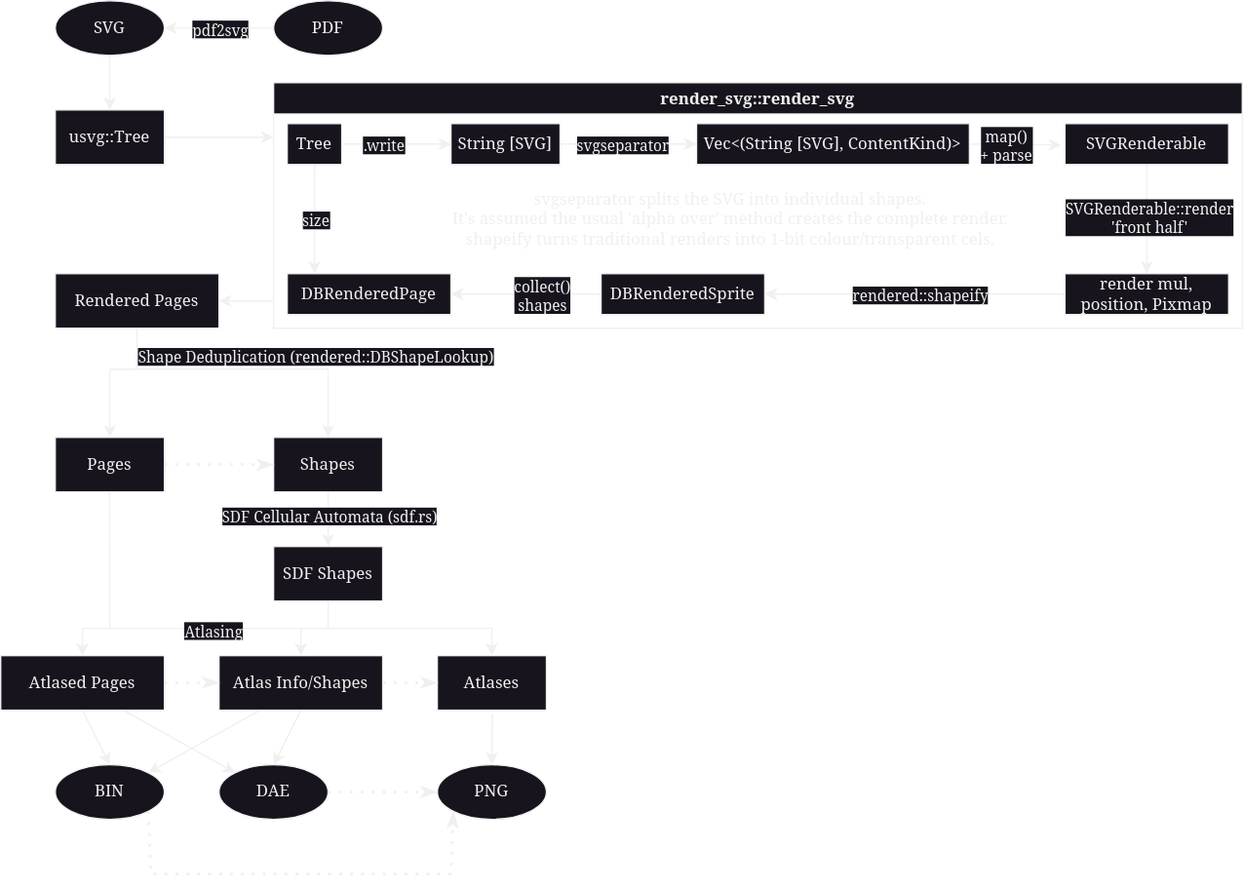
Above: kvbook/flow.drawio.svg in 20kdc/vrc-stuff (draw.io), before the change. Source tidied: cells renumbered, new cells last; positions are measured from the earlier drawing's top-left corner, leaving out a move shared by most shapes.
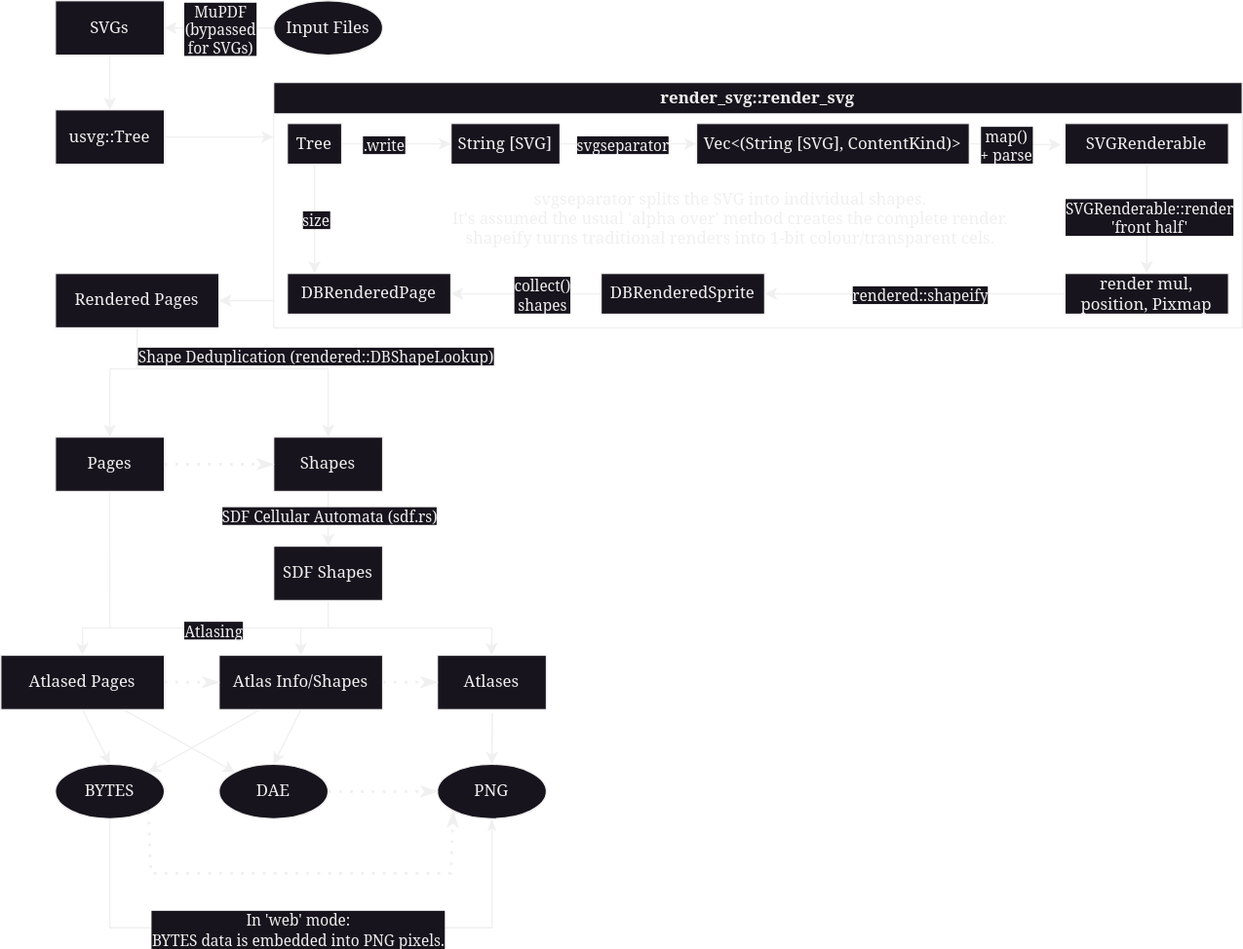
The same diagram one commit later.

What changed in the source:
```diff
@@ -204,7 +204,7 @@
     <mxCell id="53" value="PNG" style="ellipse;whiteSpace=wrap;html=1;fontFamily=Noto Serif;" parent="1" vertex="1">
       <mxGeometry x="320" y="560" width="80" height="40" as="geometry" />
     </mxCell>
-    <mxCell id="54" value="BIN" style="ellipse;whiteSpace=wrap;html=1;fontFamily=Noto Serif;" parent="1" vertex="1">
+    <mxCell id="54" value="BYTES" style="ellipse;whiteSpace=wrap;html=1;fontFamily=Noto Serif;" parent="1" vertex="1">
       <mxGeometry x="40" y="560" width="80" height="40" as="geometry" />
     </mxCell>
     <mxCell id="55" value="DAE" style="ellipse;whiteSpace=wrap;html=1;fontFamily=Noto Serif;" parent="1" vertex="1">
@@ -233,19 +233,16 @@
         </Array>
       </mxGeometry>
     </mxCell>
-    <mxCell id="62" value="SVG" style="ellipse;whiteSpace=wrap;html=1;fontFamily=Noto Serif;" parent="1" vertex="1">
-      <mxGeometry x="40" width="80" height="40" as="geometry" />
-    </mxCell>
-    <mxCell id="63" style="endArrow=classic;html=1;rounded=0;exitX=0.5;exitY=1;exitDx=0;exitDy=0;entryX=0.5;entryY=0;entryDx=0;entryDy=0;fontFamily=Noto Serif;" parent="1" edge="1" source="62" target="3">
+    <mxCell id="63" style="endArrow=classic;html=1;rounded=0;exitX=0.5;exitY=1;exitDx=0;exitDy=0;entryX=0.5;entryY=0;entryDx=0;entryDy=0;fontFamily=Noto Serif;" parent="1" edge="1" source="68" target="3">
       <mxGeometry relative="1" as="geometry" />
     </mxCell>
-    <mxCell id="64" value="PDF" style="ellipse;whiteSpace=wrap;html=1;fontFamily=Noto Serif;" parent="1" vertex="1">
+    <mxCell id="64" value="Input Files" style="ellipse;whiteSpace=wrap;html=1;fontFamily=Noto Serif;" parent="1" vertex="1">
       <mxGeometry x="200" width="80" height="40" as="geometry" />
     </mxCell>
-    <mxCell id="65" style="endArrow=classic;html=1;rounded=0;exitX=0;exitY=0.5;exitDx=0;exitDy=0;entryX=1;entryY=0.5;entryDx=0;entryDy=0;fontFamily=Noto Serif;" parent="1" edge="1" source="64" target="62">
+    <mxCell id="65" style="endArrow=classic;html=1;rounded=0;exitX=0;exitY=0.5;exitDx=0;exitDy=0;entryX=1;entryY=0.5;entryDx=0;entryDy=0;fontFamily=Noto Serif;" parent="1" edge="1" source="64" target="68">
       <mxGeometry relative="1" as="geometry" />
     </mxCell>
-    <mxCell id="66" value="pdf2svg" style="edgeLabel;html=1;align=center;verticalAlign=middle;fontFamily=Noto Serif;" parent="65" vertex="1">
+    <mxCell id="66" value="MuPDF&lt;br&gt;(bypassed&lt;br&gt;for SVGs)" style="edgeLabel;html=1;align=center;verticalAlign=middle;fontFamily=Noto Serif;" parent="65" vertex="1">
       <mxGeometry x="0.24" relative="1" as="geometry">
         <mxPoint x="10" as="offset" />
       </mxGeometry>
@@ -255,5 +252,19 @@
         <mxPoint x="99.8" y="270" as="sourcePoint" />
       </mxGeometry>
     </mxCell>
+    <mxCell id="68" value="SVGs" style="rounded=0;whiteSpace=wrap;html=1;fontFamily=Noto Serif;" parent="1" vertex="1">
+      <mxGeometry x="40" width="80" height="40" as="geometry" />
+    </mxCell>
+    <mxCell id="69" style="endArrow=classicThin;html=1;strokeWidth=1;rounded=0;entryX=0.5;entryY=1;entryDx=0;entryDy=0;endFill=1;fontFamily=Noto Serif;exitX=0.5;exitY=1;exitDx=0;exitDy=0;" parent="1" edge="1" source="54" target="53">
+      <mxGeometry relative="1" as="geometry">
+        <Array as="points">
+          <mxPoint x="80" y="680" />
+          <mxPoint x="360" y="680" />
+        </Array>
+      </mxGeometry>
+    </mxCell>
+    <mxCell id="70" value="&lt;font face=&quot;Noto Serif&quot;&gt;In 'web' mode:&lt;br&gt;BYTES data is embedded into PNG pixels.&lt;/font&gt;" style="edgeLabel;html=1;align=center;verticalAlign=middle;" parent="69" vertex="1">
+      <mxGeometry x="-0.01" y="-1" relative="1" as="geometry" />
+    </mxCell>
   </root>
 </mxGraphModel>
```
